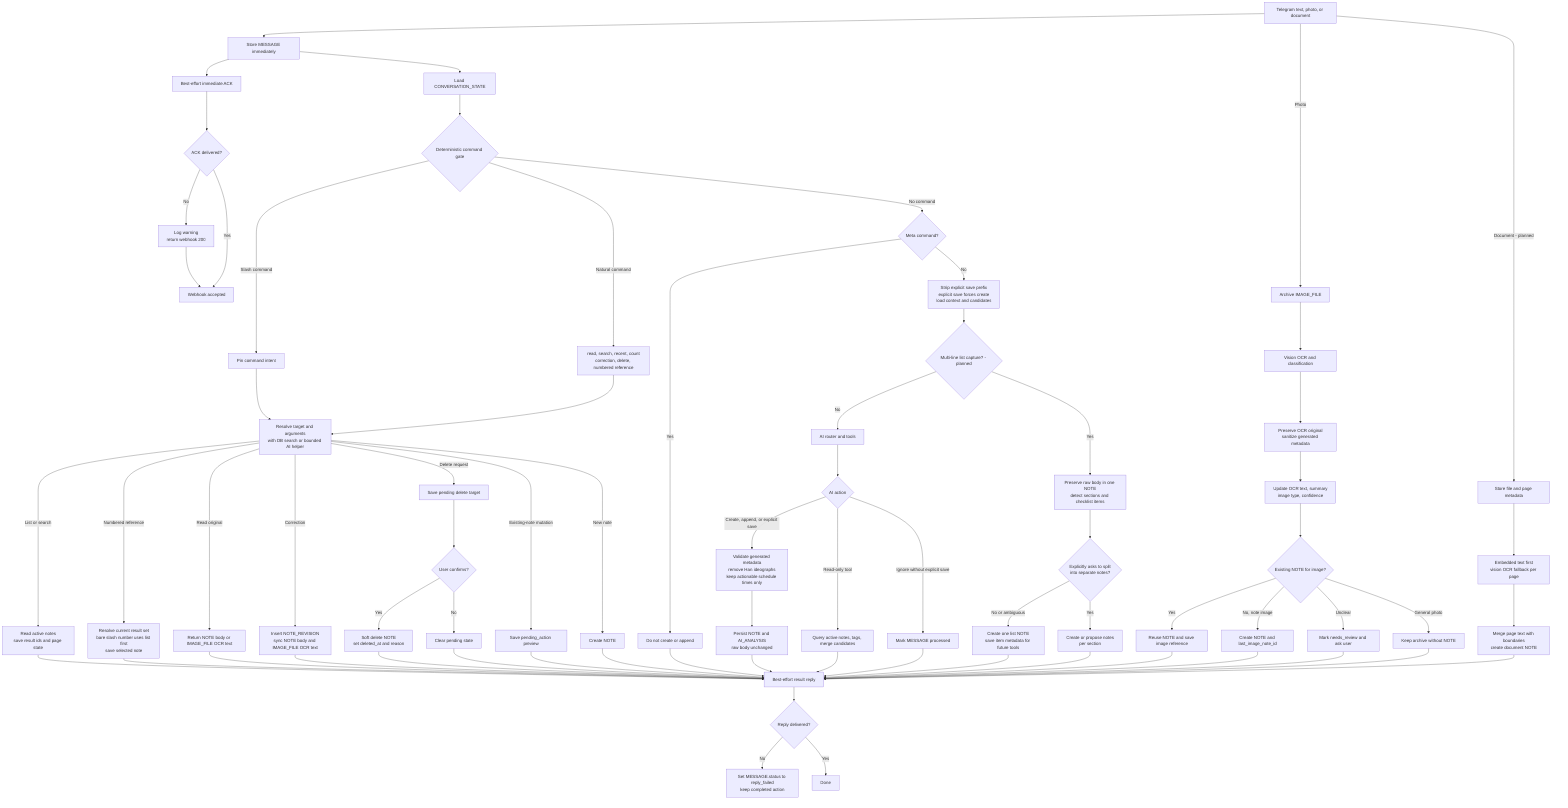
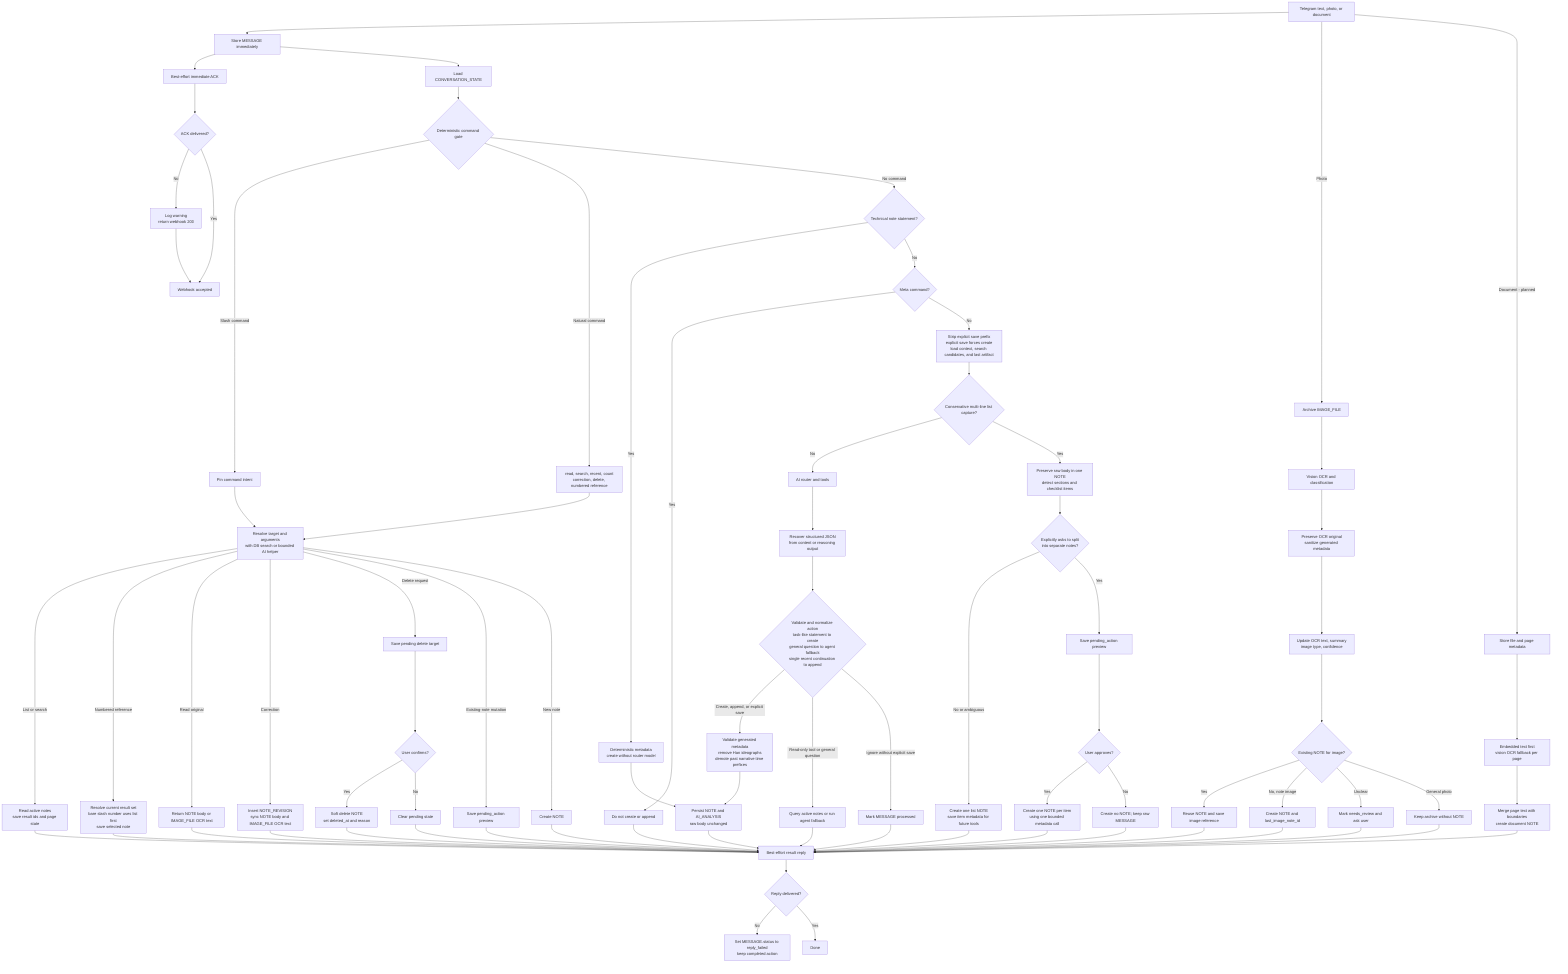
flowchart TD
    Input["Telegram text, photo, or document"] --> Store["Store MESSAGE immediately"]
    Store --> Ack["Best-effort immediate ACK"]
    Ack --> AckResult{"ACK delivered?"}
    AckResult -->|No| AckLog["Log warning<br/>return webhook 200"]
    AckResult -->|Yes| Accepted["Webhook accepted"]
    AckLog --> Accepted

    Store --> State["Load CONVERSATION_STATE"]
    State --> Gate{"Deterministic command gate"}

    Gate -->|Slash command| Slash["Pin command intent"]
    Gate -->|Natural command| Command["read, search, recent, count<br/>correction, delete, numbered reference"]
    Slash --> Resolve["Resolve target and arguments<br/>with DB search or bounded AI helper"]
    Command --> Resolve

    Resolve -->|List or search| List["Read active notes<br/>save result ids and page state"]
    Resolve -->|Numbered reference| Select["Resolve current result set<br/>bare slash number uses list first<br/>save selected note"]
    Resolve -->|Read original| Read["Return NOTE body or IMAGE_FILE OCR text"]
    Resolve -->|Correction| Correct["Insert NOTE_REVISION<br/>sync NOTE body and IMAGE_FILE OCR text"]
    Resolve -->|Delete request| DeleteAsk["Save pending delete target"]
    DeleteAsk --> DeleteConfirm{"User confirms?"}
    DeleteConfirm -->|Yes| SoftDelete["Soft delete NOTE<br/>set deleted_at and reason"]
    DeleteConfirm -->|No| Cancel["Clear pending state"]
    Resolve -->|Existing-note mutation| Preview["Save pending_action preview"]
    Resolve -->|New note| Create["Create NOTE"]

-     Gate -->|No command| Meta{"Meta command?"}
+     Gate -->|No command| Technical{"Technical note statement?"}
+     Technical -->|Yes| TechSave["Deterministic metadata<br/>create without router model"]
+     Technical -->|No| Meta{"Meta command?"}
    Meta -->|Yes| NoSave["Do not create or append"]
-     Meta -->|No| Prep["Strip explicit save prefix<br/>explicit save forces create<br/>load context and candidates"]
-     Prep --> Batch{"Multi-line list capture? - planned"}
+     Meta -->|No| Prep["Strip explicit save prefix<br/>explicit save forces create<br/>load context, search candidates, and last artifact"]
+     Prep --> Batch{"Conservative multi-line list capture?"}
    Batch -->|No| Agent["AI router and tools"]
    Batch -->|Yes| Structure["Preserve raw body in one NOTE<br/>detect sections and checklist items"]
    Structure --> Split{"Explicitly asks to split<br/>into separate notes?"}
    Split -->|No or ambiguous| ListNote["Create one list NOTE<br/>save item metadata for future tools"]
-     Split -->|Yes| SplitNotes["Create or propose notes<br/>per section"]
-     Agent --> AgentAction{"AI action"}
-     AgentAction -->|Create, append, or explicit save| Metadata["Validate generated metadata<br/>remove Han ideographs<br/>keep actionable schedule times only"]
+     Split -->|Yes| SplitPreview["Save pending_action preview"]
+     SplitPreview --> SplitConfirm{"User approves?"}
+     SplitConfirm -->|Yes| SplitNotes["Create one NOTE per item<br/>using one bounded metadata call"]
+     SplitConfirm -->|No| CancelSplit["Create no NOTE; keep raw MESSAGE"]
+     Agent --> Parse["Recover structured JSON<br/>from content or reasoning output"]
+     Parse --> AgentAction{"Validate and normalize action<br/>task-like statement to create<br/>general question to agent fallback<br/>single recent continuation to append"}
+     AgentAction -->|Create, append, or explicit save| Metadata["Validate generated metadata<br/>remove Han ideographs<br/>demote past narrative time prefixes"]
    Metadata --> Save["Persist NOTE and AI_ANALYSIS<br/>raw body unchanged"]
-     AgentAction -->|Read-only tool| Tool["Query active notes, tags, merge candidates"]
+     TechSave --> Save
+     AgentAction -->|Read-only tool or general question| Tool["Query active notes or run agent fallback"]
    AgentAction -->|Ignore without explicit save| Ignore["Mark MESSAGE processed"]

    Input -->|Photo| Image["Archive IMAGE_FILE"]
    Image --> Vision["Vision OCR and classification"]
    Vision --> ImageMetadata["Preserve OCR original<br/>sanitize generated metadata"]
    ImageMetadata --> ImageData["Update OCR text, summary<br/>image type, confidence"]
    ImageData --> Existing{"Existing NOTE for image?"}
    Existing -->|Yes| Reuse["Reuse NOTE and save image reference"]
    Existing -->|No, note image| ImageNote["Create NOTE and last_image_note_id"]
    Existing -->|Unclear| Review["Mark needs_review and ask user"]
    Existing -->|General photo| ArchiveOnly["Keep archive without NOTE"]

    Input -->|Document - planned| Document["Store file and page metadata"]
    Document --> Pages["Embedded text first<br/>vision OCR fallback per page"]
    Pages --> DocumentNote["Merge page text with boundaries<br/>create document NOTE"]

    List --> Reply["Best-effort result reply"]
    Select --> Reply
    Read --> Reply
    Correct --> Reply
    SoftDelete --> Reply
    Cancel --> Reply
    Preview --> Reply
    Create --> Reply
    NoSave --> Reply
    Save --> Reply
    Tool --> Reply
    ListNote --> Reply
    SplitNotes --> Reply
+     CancelSplit --> Reply
    Ignore --> Reply
    Reuse --> Reply
    ImageNote --> Reply
    Review --> Reply
    ArchiveOnly --> Reply
    DocumentNote --> Reply

    Reply --> ReplyResult{"Reply delivered?"}
    ReplyResult -->|No| ReplyFailed["Set MESSAGE.status to reply_failed<br/>keep completed action"]
    ReplyResult -->|Yes| Done["Done"]
